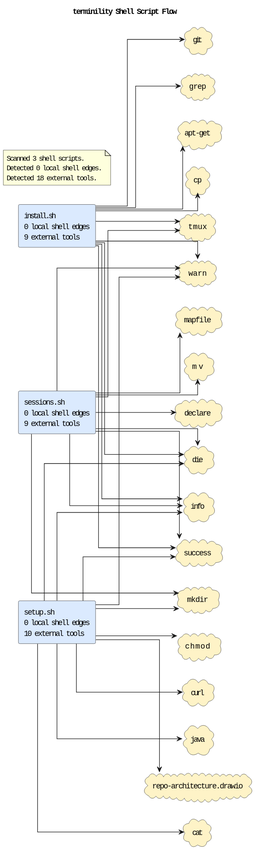
Above: docs/diagrams/shell-call-graph.puml.svg in casonk/terminility (PlantUML), before the change.
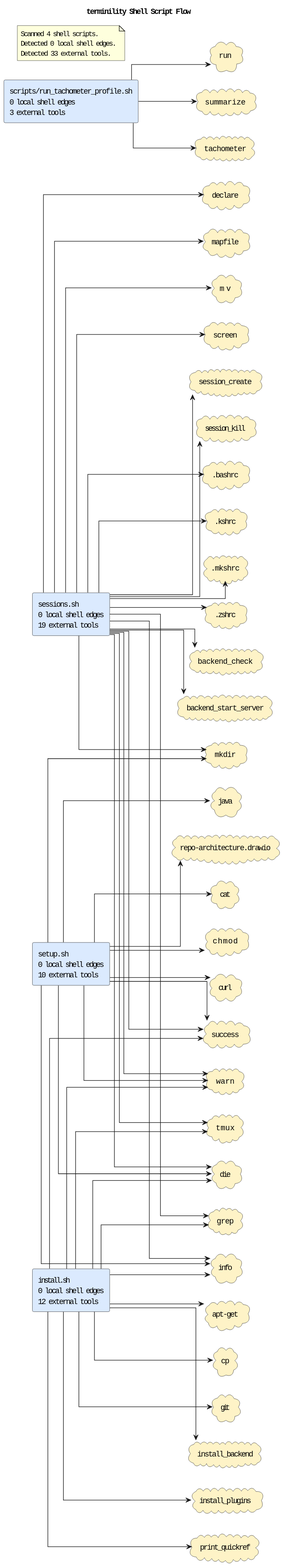
Above is the later version.

Diff of the diagram source:
```diff
@@ -5,10 +5,17 @@
 skinparam defaultFontName Monospace
 skinparam componentStyle rectangle
 skinparam linetype ortho
-rectangle "install.sh\n0 local shell edges\n9 external tools" as shell_install_sh #DBEAFE
-rectangle "sessions.sh\n0 local shell edges\n9 external tools" as shell_sessions_sh #DBEAFE
+rectangle "install.sh\n0 local shell edges\n12 external tools" as shell_install_sh #DBEAFE
+rectangle "scripts/run_tachometer_profile.sh\n0 local shell edges\n3 external tools" as shell_scripts_run_tachometer_profile_sh #DBEAFE
+rectangle "sessions.sh\n0 local shell edges\n19 external tools" as shell_sessions_sh #DBEAFE
 rectangle "setup.sh\n0 local shell edges\n10 external tools" as shell_setup_sh #DBEAFE
+cloud ".bashrc" as tool_bashrc #FEF3C7
+cloud ".kshrc" as tool_kshrc #FEF3C7
+cloud ".mkshrc" as tool_mkshrc #FEF3C7
+cloud ".zshrc" as tool_zshrc #FEF3C7
 cloud "apt-get" as tool_apt_get #FEF3C7
+cloud "backend_check" as tool_backend_check #FEF3C7
+cloud "backend_start_server" as tool_backend_start_server #FEF3C7
 cloud "cat" as tool_cat #FEF3C7
 cloud "chmod" as tool_chmod #FEF3C7
 cloud "cp" as tool_cp #FEF3C7
@@ -18,12 +25,21 @@
 cloud "git" as tool_git #FEF3C7
 cloud "grep" as tool_grep #FEF3C7
 cloud "info" as tool_info #FEF3C7
+cloud "install_backend" as tool_install_backend #FEF3C7
+cloud "install_plugins" as tool_install_plugins #FEF3C7
 cloud "java" as tool_java #FEF3C7
 cloud "mapfile" as tool_mapfile #FEF3C7
 cloud "mkdir" as tool_mkdir #FEF3C7
 cloud "mv" as tool_mv #FEF3C7
+cloud "print_quickref" as tool_print_quickref #FEF3C7
 cloud "repo-architecture.drawio" as tool_repo_architecture_drawio #FEF3C7
+cloud "run" as tool_run #FEF3C7
+cloud "screen" as tool_screen #FEF3C7
+cloud "session_create" as tool_session_create #FEF3C7
+cloud "session_kill" as tool_session_kill #FEF3C7
 cloud "success" as tool_success #FEF3C7
+cloud "summarize" as tool_summarize #FEF3C7
+cloud "tachometer" as tool_tachometer #FEF3C7
 cloud "tmux" as tool_tmux #FEF3C7
 cloud "warn" as tool_warn #FEF3C7
 shell_install_sh --> tool_apt_get
@@ -32,15 +48,31 @@
 shell_install_sh --> tool_git
 shell_install_sh --> tool_grep
 shell_install_sh --> tool_info
+shell_install_sh --> tool_install_backend
+shell_install_sh --> tool_install_plugins
+shell_install_sh --> tool_print_quickref
 shell_install_sh --> tool_success
 shell_install_sh --> tool_tmux
 shell_install_sh --> tool_warn
+shell_scripts_run_tachometer_profile_sh --> tool_run
+shell_scripts_run_tachometer_profile_sh --> tool_summarize
+shell_scripts_run_tachometer_profile_sh --> tool_tachometer
+shell_sessions_sh --> tool_bashrc
+shell_sessions_sh --> tool_kshrc
+shell_sessions_sh --> tool_mkshrc
+shell_sessions_sh --> tool_zshrc
+shell_sessions_sh --> tool_backend_check
+shell_sessions_sh --> tool_backend_start_server
 shell_sessions_sh --> tool_declare
 shell_sessions_sh --> tool_die
+shell_sessions_sh --> tool_grep
 shell_sessions_sh --> tool_info
 shell_sessions_sh --> tool_mapfile
 shell_sessions_sh --> tool_mkdir
 shell_sessions_sh --> tool_mv
+shell_sessions_sh --> tool_screen
+shell_sessions_sh --> tool_session_create
+shell_sessions_sh --> tool_session_kill
 shell_sessions_sh --> tool_success
 shell_sessions_sh --> tool_tmux
 shell_sessions_sh --> tool_warn
@@ -55,8 +87,8 @@
 shell_setup_sh --> tool_success
 shell_setup_sh --> tool_warn
 note as shellGraphSummary
-Scanned 3 shell scripts.
+Scanned 4 shell scripts.
 Detected 0 local shell edges.
-Detected 18 external tools.
+Detected 33 external tools.
 end note
 @enduml
```
